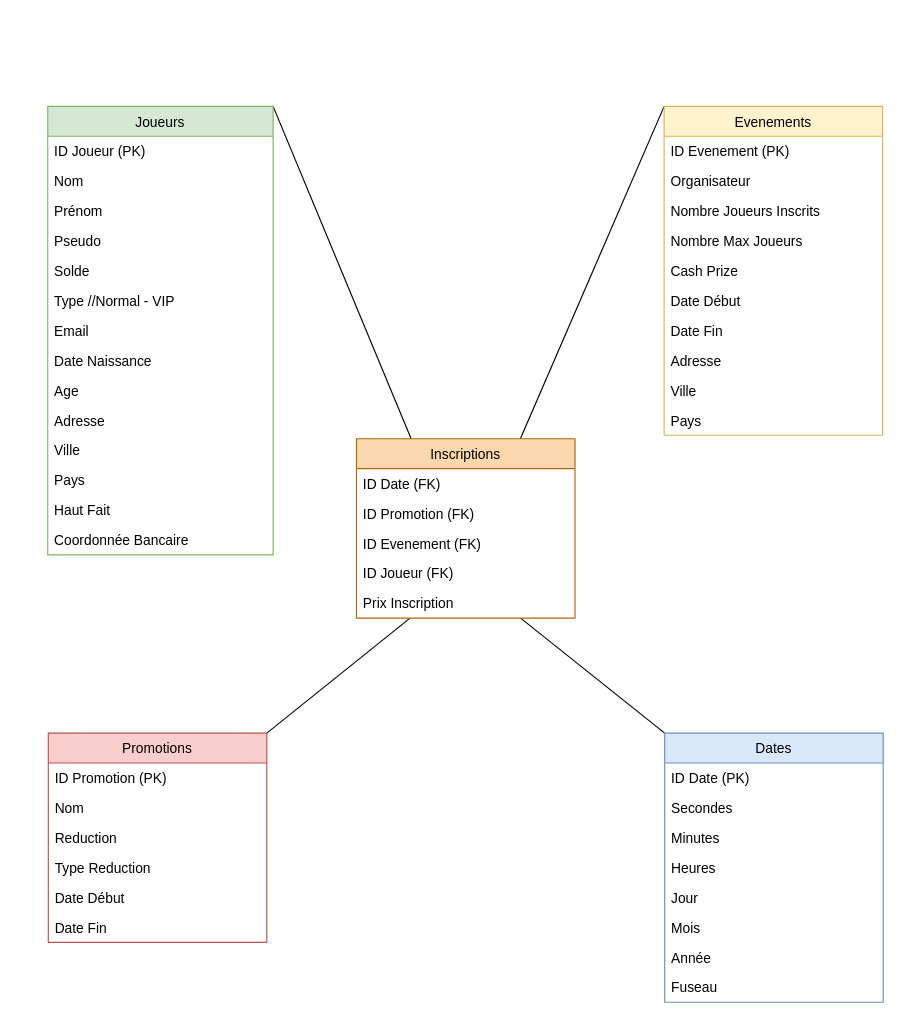
Above: page "star-detail-inscription" (4 of 6) of HMIN122M/projet/conception/miniprojet.drawio in DocAmaroo/M1Aigle (draw.io), before the change. Source tidied: cells renumbered, new cells numbered last; positions are measured from the earlier drawing's top-left corner, leaving out a move shared by most shapes. Both pictures are drawn from the tidied source at 115%, with x=0, y=0 at pixel (47, 106).
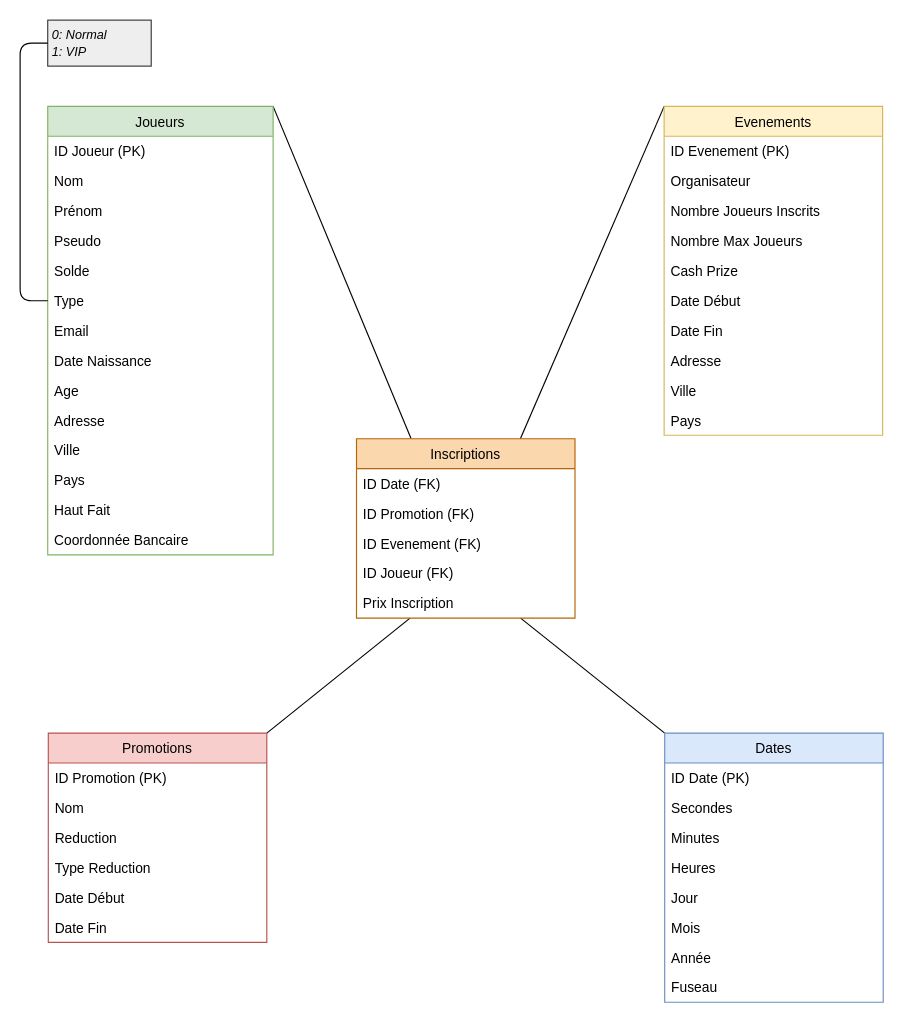
After the change.

Unchanged cells that the change refers to:
```xml
<mxCell id="12" value="Joueurs" style="swimlane;fontStyle=0;horizontal=1;startSize=26;fillColor=#d5e8d4;strokeColor=#82b366;" parent="1" vertex="1">
  <mxGeometry width="196" height="390" as="geometry" />
</mxCell>
```

The edit, as a diff of the source:
```diff
@@
-    <mxCell id="18" value="Type //Normal - VIP" style="text;strokeColor=none;fillColor=none;align=left;verticalAlign=top;spacingLeft=4;spacingRight=4;overflow=hidden;points=[[0,0.5],[1,0.5]];portConstraint=eastwest;" parent="12" vertex="1">
+    <mxCell id="18" value="Type" style="text;strokeColor=none;fillColor=none;align=left;verticalAlign=top;spacingLeft=4;spacingRight=4;overflow=hidden;points=[[0,0.5],[1,0.5]];portConstraint=eastwest;" parent="12" vertex="1">
       <mxGeometry y="156" width="196" height="26" as="geometry" />
     </mxCell>
@@
+    <mxCell id="54" value="&lt;font style=&quot;font-size: 11px&quot;&gt;&lt;i&gt;0: Normal&lt;br&gt;1: VIP&lt;/i&gt;&lt;/font&gt;" style="whiteSpace=wrap;html=1;rounded=1;arcSize=0;align=left;verticalAlign=middle;strokeWidth=1;spacing=4;newEdgeStyle={&quot;edgeStyle&quot;:&quot;entityRelationEdgeStyle&quot;,&quot;startArrow&quot;:&quot;none&quot;,&quot;endArrow&quot;:&quot;none&quot;,&quot;segment&quot;:10,&quot;curved&quot;:1};sketch=0;fillColor=#eeeeee;shadow=0;glass=0;strokeColor=#36393d;" parent="1" vertex="1" collapsed="1">
+      <mxGeometry y="-75" width="90" height="40" as="geometry" />
+    </mxCell>
+    <mxCell id="55" style="edgeStyle=elbowEdgeStyle;startArrow=none;endArrow=none;segment=10;entryX=0;entryY=0.5;entryDx=0;entryDy=0;exitX=0;exitY=0.5;exitDx=0;exitDy=0;" parent="1" edge="1" source="18" target="54">
+      <mxGeometry relative="1" as="geometry">
+        <Array as="points">
+          <mxPoint x="-24" y="57" />
+        </Array>
+      </mxGeometry>
+    </mxCell>
```
